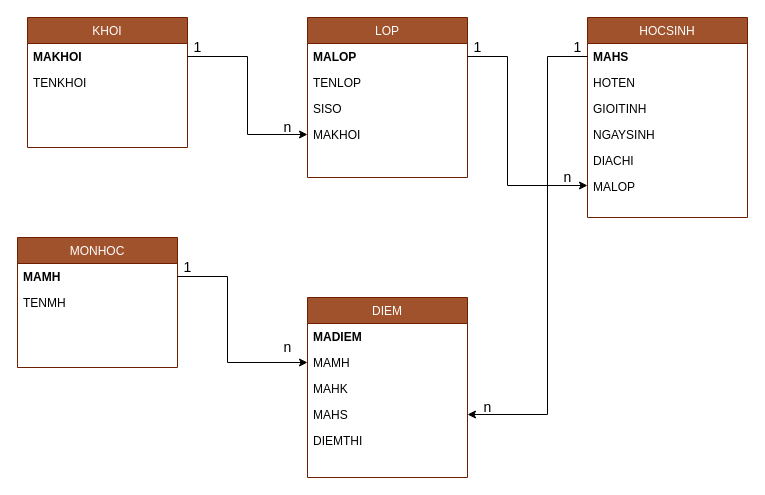
Above: logic.drawio in thaodtt09/test (draw.io), before the change. Source tidied: cells renumbered, new cells numbered last; positions are measured from the earlier drawing's top-left corner, leaving out a move shared by most shapes. Both pictures are drawn from the tidied source at 100%, with x=0, y=0 at pixel (17, 17).
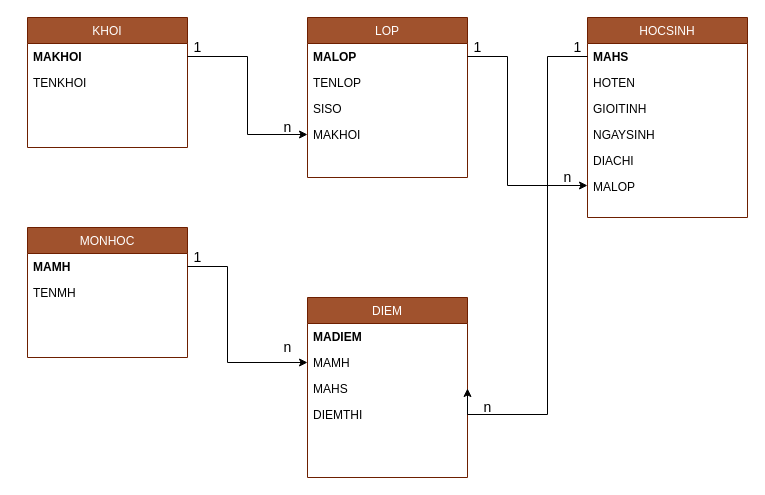
The same diagram, later.

The change refers to these unchanged cells:
```xml
<mxCell id="9" value="DIEM" style="swimlane;fontStyle=0;align=center;verticalAlign=top;horizontal=1;startSize=26;rounded=0;shadow=0;strokeWidth=1;fillColor=#a0522d;strokeColor=#6D1F00;fontColor=#ffffff;" parent="1" vertex="1">
  <mxGeometry x="290" y="280" width="160" height="180" as="geometry" />
</mxCell>
<mxCell id="11" value="MAMH" style="text;align=left;verticalAlign=top;spacingLeft=4;spacingRight=4;overflow=hidden;points=[[0,0.5],[1,0.5]];portConstraint=eastwest;rounded=0;shadow=0;html=0;" parent="9" vertex="1">
  <mxGeometry y="52" width="160" height="26" as="geometry" />
</mxCell>
<mxCell id="24" value="MAMH" style="text;align=left;verticalAlign=top;spacingLeft=4;spacingRight=4;overflow=hidden;points=[[0,0.5],[1,0.5]];portConstraint=eastwest;fontStyle=1;" parent="23" vertex="1">
  <mxGeometry y="26" width="160" height="26" as="geometry" />
</mxCell>
```

What changed in the source:
```diff
@@
-    <mxCell id="12" value="MAHK" style="text;align=left;verticalAlign=top;spacingLeft=4;spacingRight=4;overflow=hidden;rounded=0;shadow=0;html=0;" parent="9" vertex="1">
-      <mxGeometry y="78" width="160" height="26" as="geometry" />
-    </mxCell>
     <mxCell id="13" value="MAHS" style="text;align=left;verticalAlign=top;spacingLeft=4;spacingRight=4;overflow=hidden;points=[[0,0.5],[1,0.5]];portConstraint=eastwest;rounded=0;shadow=0;html=0;" parent="9" vertex="1">
-      <mxGeometry y="104" width="160" height="26" as="geometry" />
+      <mxGeometry y="78" width="160" height="26" as="geometry" />
     </mxCell>
     <mxCell id="14" value="DIEMTHI" style="text;align=left;verticalAlign=top;spacingLeft=4;spacingRight=4;overflow=hidden;rounded=0;shadow=0;html=0;" parent="9" vertex="1">
-      <mxGeometry y="130" width="160" height="26" as="geometry" />
+      <mxGeometry y="104" width="160" height="26" as="geometry" />
     </mxCell>
@@
     <mxCell id="23" value="MONHOC" style="swimlane;fontStyle=0;align=center;verticalAlign=top;horizontal=1;startSize=26;rounded=0;shadow=0;strokeWidth=1;fillColor=#a0522d;strokeColor=#6D1F00;fontColor=#ffffff;" parent="1" vertex="1">
-      <mxGeometry y="220" width="160" height="130" as="geometry" />
+      <mxGeometry x="10" y="210" width="160" height="130" as="geometry" />
     </mxCell>
@@
     <mxCell id="33" value="1" style="text;html=1;align=center;verticalAlign=middle;strokeColor=none;fontSize=14;" parent="1" vertex="1">
-      <mxGeometry x="160" y="240" width="20" height="20" as="geometry" />
+      <mxGeometry x="170" y="230" width="20" height="20" as="geometry" />
     </mxCell>
@@
     <mxCell id="37" style="edgeStyle=orthogonalEdgeStyle;rounded=0;jettySize=auto;html=1;exitX=1;exitY=0.5;exitDx=0;exitDy=0;entryX=0;entryY=0.5;entryDx=0;entryDy=0;" parent="1" edge="1" source="24" target="11">
       <mxGeometry relative="1" as="geometry">
         <Array as="points">
-          <mxPoint x="210" y="259" />
+          <mxPoint x="210" y="249" />
           <mxPoint x="210" y="345" />
         </Array>
       </mxGeometry>
     </mxCell>
```
